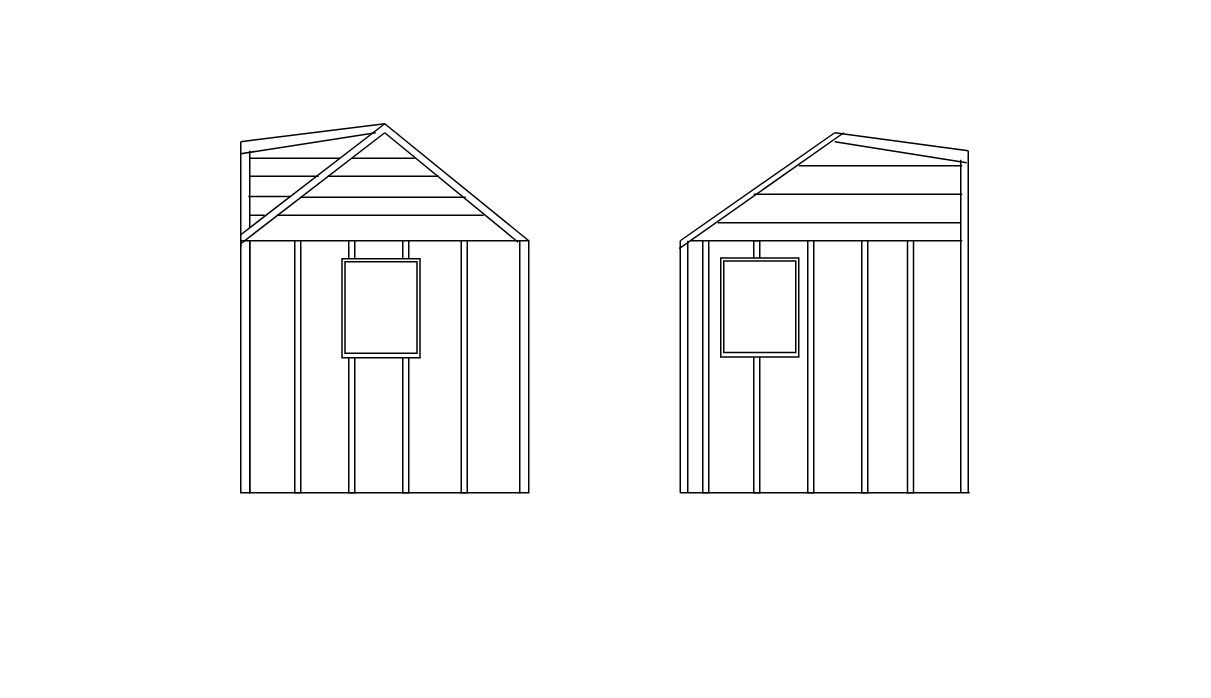
dpolaristar/drawio keeps this draw.io diagram as etc/build/Billings Elevation Width.drawio. Above is the earlier version. Source tidied: cells renumbered, new cells numbered last; positions are measured from the earlier drawing's top-left corner, leaving out a move shared by most shapes. Both pictures are drawn from the tidied source at 150%, with x=0, y=0 at pixel (232, 123).
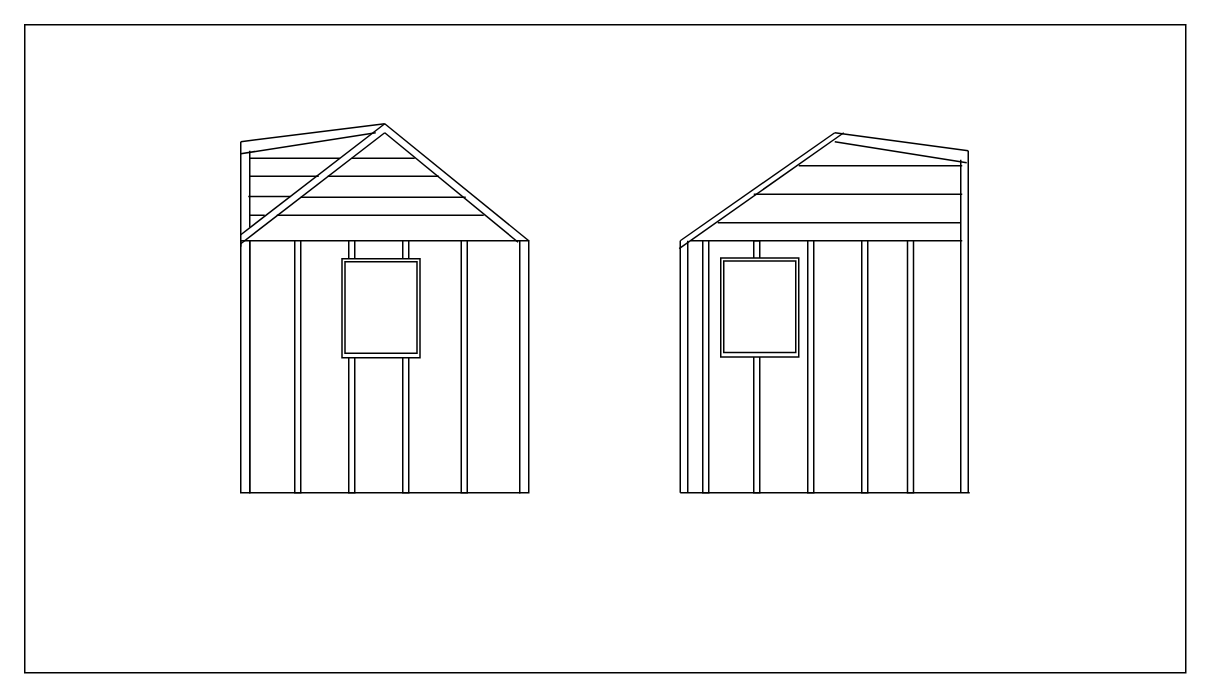
The same diagram, later.

What changed in the source:
```diff
@@
+    <mxCell id="47" style="rounded=0;whiteSpace=wrap;html=1;strokeWidth=1;" parent="1" vertex="1">
+      <mxGeometry x="-139" y="-66" width="774" height="432" as="geometry" />
+    </mxCell>
```
